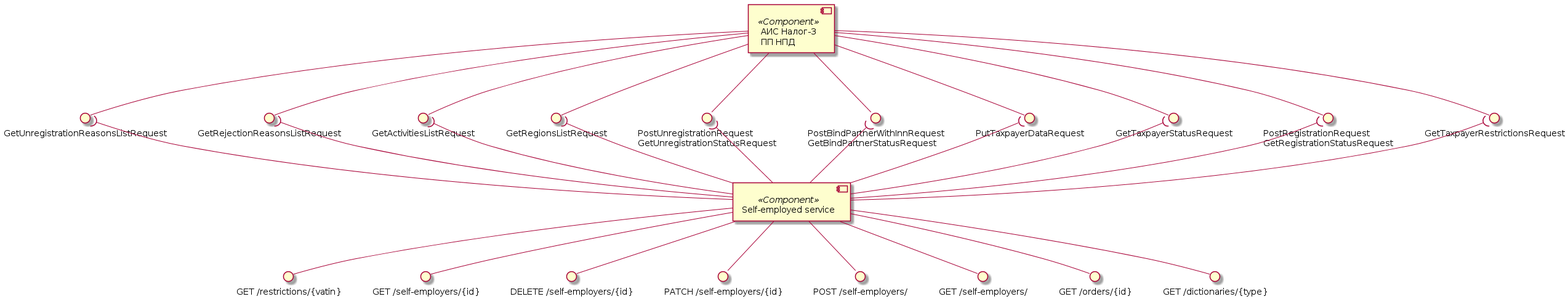
Before: assets/diagrams/self-employed-service/components/self-employer.png, a diagram exported from PlantUML (RaikBitters/ibank-internal-services).
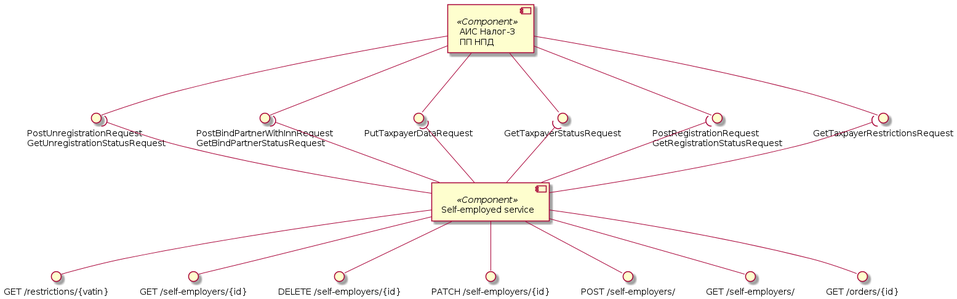
The same file after the commit.

Change to the diagram source:
```diff
@@ -7,10 +7,6 @@
 interface "PutTaxpayerDataRequest" as TaxpayerData
 interface "PostBindPartnerWithInnRequest\nGetBindPartnerStatusRequest" as BindPartner
 interface "PostUnregistrationRequest\nGetUnregistrationStatusRequest" as Unregistration
-interface "GetRegionsListRequest" as GetRegionsList
-interface "GetActivitiesListRequest" as GetActivitiesList
-interface "GetRejectionReasonsListRequest" as GetRejectionReasonsList
-interface "GetUnregistrationReasonsListRequest" as GetUnregistrationReasonsList
 
 Tax3 --() TaxpayerRestrictions
 Tax3 --() Registration
@@ -18,10 +14,6 @@
 Tax3 --() TaxpayerData
 Tax3 --() BindPartner
 Tax3 --() Unregistration
-Tax3 --() GetRegionsList
-Tax3 --() GetActivitiesList
-Tax3 --() GetRejectionReasonsList
-Tax3 --() GetUnregistrationReasonsList
 
 component "Self-employed service" as SelfEmplService <<Component>>
 interface "GET /restrictions/{vatin}" as getRestrictions
@@ -31,7 +23,6 @@
 interface "POST /self-employers/" as postSelfEmpls
 interface "GET /self-employers/" as getSelfEmpls
 interface "GET /orders/{id}" as getOrdersId
-interface "GET /dictionaries/{type}" as getDictionary
 
 SelfEmplService --() getRestrictions
 SelfEmplService --() getSelfEmpls
@@ -40,7 +31,6 @@
 SelfEmplService --() patchSelfEmplsId
 SelfEmplService --() delSelfEmplsId
 SelfEmplService --() getOrdersId
-SelfEmplService --() getDictionary
 
 SelfEmplService -up-( TaxpayerRestrictions
 SelfEmplService -up-( Registration
@@ -48,9 +38,5 @@
 SelfEmplService -up-( TaxpayerData
 SelfEmplService -up-( BindPartner
 SelfEmplService -up-( Unregistration
-SelfEmplService -up-( GetRegionsList
-SelfEmplService -up-( GetActivitiesList
-SelfEmplService -up-( GetRejectionReasonsList
-SelfEmplService -up-( GetUnregistrationReasonsList
 
 @enduml
```
